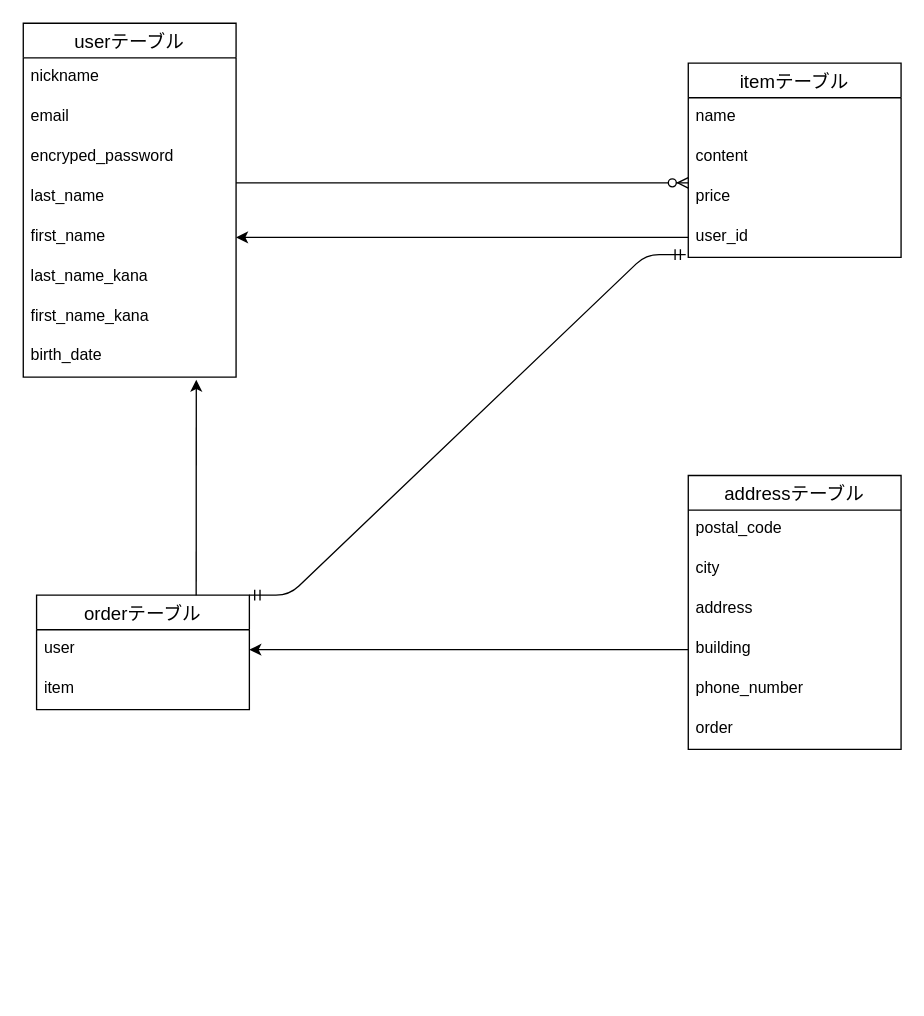
Before: page "ページ1" (1 of 2) of test.dio in naoya0810/furima-42531, a draw.io diagram. Source tidied: cells renumbered, new cells numbered last; positions are measured from the earlier drawing's top-left corner, leaving out a move shared by most shapes. Both pictures are drawn from the tidied source at 133%, with x=0, y=0 at pixel (23, 23).
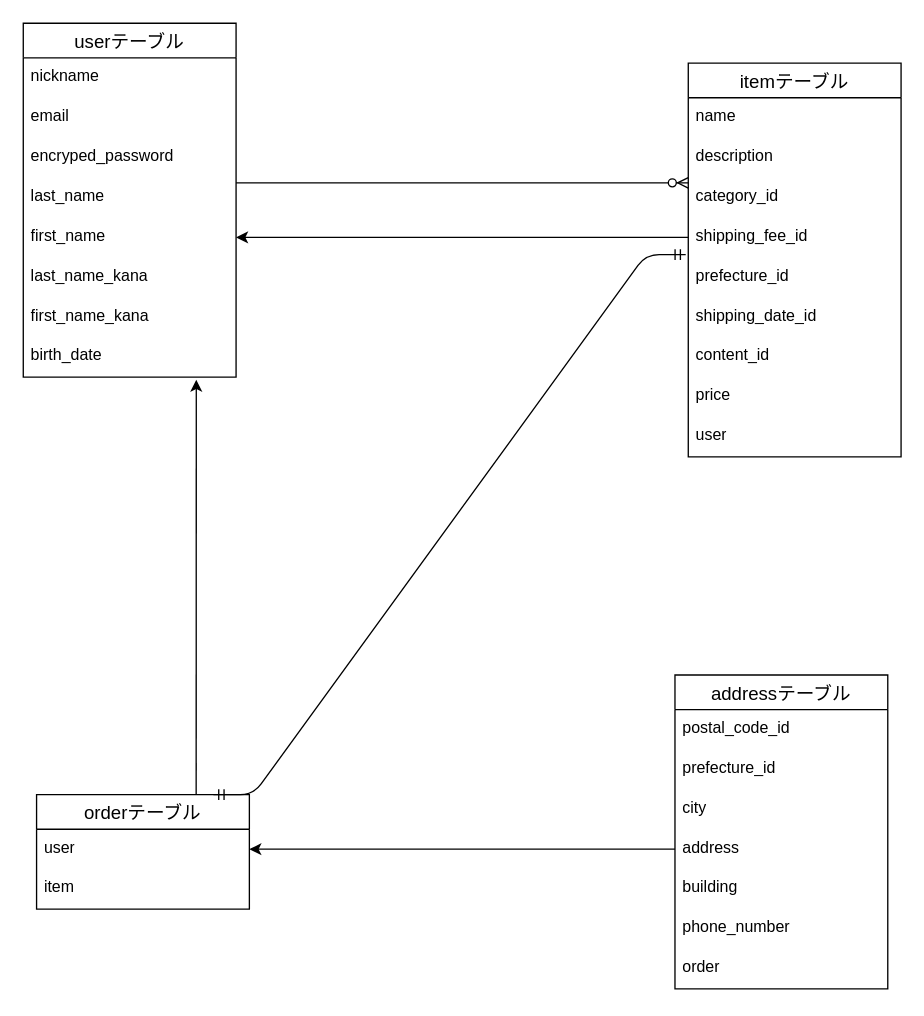
After the change.

Diff of the diagram source:
```diff
@@
     <mxCell id="11" value="itemテーブル" style="swimlane;fontStyle=0;horizontal=1;startSize=26;align=center;fontSize=14;" parent="1" vertex="1">
-      <mxGeometry x="500" y="30" width="160" height="146" as="geometry" />
+      <mxGeometry x="500" y="30" width="160" height="296" as="geometry" />
     </mxCell>
@@
-    <mxCell id="13" value="content" style="text;strokeColor=none;fillColor=none;spacingLeft=4;spacingRight=4;overflow=hidden;fontSize=12;whiteSpace=wrap;html=1;" parent="11" vertex="1">
+    <mxCell id="13" value="description" style="text;strokeColor=none;fillColor=none;spacingLeft=4;spacingRight=4;overflow=hidden;fontSize=12;whiteSpace=wrap;html=1;" parent="11" vertex="1">
       <mxGeometry y="56" width="160" height="30" as="geometry" />
     </mxCell>
-    <mxCell id="14" value="price" style="text;strokeColor=none;fillColor=none;spacingLeft=4;spacingRight=4;overflow=hidden;points=[[0,0.5],[1,0.5]];portConstraint=eastwest;fontSize=12;whiteSpace=wrap;html=1;" parent="11" vertex="1">
+    <mxCell id="14" value="category_id" style="text;strokeColor=none;fillColor=none;spacingLeft=4;spacingRight=4;overflow=hidden;points=[[0,0.5],[1,0.5]];portConstraint=eastwest;fontSize=12;whiteSpace=wrap;html=1;" parent="11" vertex="1">
       <mxGeometry y="86" width="160" height="30" as="geometry" />
     </mxCell>
-    <mxCell id="15" value="user_id" style="text;strokeColor=none;fillColor=none;spacingLeft=4;spacingRight=4;overflow=hidden;points=[[0,0.5],[1,0.5]];portConstraint=eastwest;fontSize=12;whiteSpace=wrap;html=1;" parent="11" vertex="1">
+    <mxCell id="15" value="shipping_fee_id" style="text;strokeColor=none;fillColor=none;spacingLeft=4;spacingRight=4;overflow=hidden;points=[[0,0.5],[1,0.5]];portConstraint=eastwest;fontSize=12;whiteSpace=wrap;html=1;" parent="11" vertex="1">
       <mxGeometry y="116" width="160" height="30" as="geometry" />
     </mxCell>
+    <mxCell id="31" value="prefecture_id" style="text;strokeColor=none;fillColor=none;spacingLeft=4;spacingRight=4;overflow=hidden;fontSize=12;whiteSpace=wrap;html=1;" parent="11" vertex="1">
+      <mxGeometry y="146" width="160" height="30" as="geometry" />
+    </mxCell>
+    <mxCell id="32" value="shipping_date_id" style="text;strokeColor=none;fillColor=none;spacingLeft=4;spacingRight=4;overflow=hidden;fontSize=12;whiteSpace=wrap;html=1;" parent="11" vertex="1">
+      <mxGeometry y="176" width="160" height="30" as="geometry" />
+    </mxCell>
+    <mxCell id="33" value="content_id" style="text;strokeColor=none;fillColor=none;spacingLeft=4;spacingRight=4;overflow=hidden;fontSize=12;whiteSpace=wrap;html=1;" parent="11" vertex="1">
+      <mxGeometry y="206" width="160" height="30" as="geometry" />
+    </mxCell>
+    <mxCell id="34" value="price" style="text;strokeColor=none;fillColor=none;spacingLeft=4;spacingRight=4;overflow=hidden;fontSize=12;whiteSpace=wrap;html=1;" parent="11" vertex="1">
+      <mxGeometry y="236" width="160" height="30" as="geometry" />
+    </mxCell>
+    <mxCell id="35" value="user" style="text;strokeColor=none;fillColor=none;spacingLeft=4;spacingRight=4;overflow=hidden;fontSize=12;whiteSpace=wrap;html=1;" parent="11" vertex="1">
+      <mxGeometry y="266" width="160" height="30" as="geometry" />
+    </mxCell>
     <mxCell id="16" value="orderテーブル" style="swimlane;fontStyle=0;horizontal=1;startSize=26;align=center;fontSize=14;" parent="1" vertex="1">
-      <mxGeometry x="10" y="430" width="160" height="86" as="geometry" />
+      <mxGeometry x="10" y="580" width="160" height="86" as="geometry" />
     </mxCell>
@@
     <mxCell id="19" value="addressテーブル" style="swimlane;fontStyle=0;horizontal=1;startSize=26;align=center;fontSize=14;" parent="1" vertex="1">
-      <mxGeometry x="500" y="340" width="160" height="206" as="geometry" />
+      <mxGeometry x="490" y="490" width="160" height="236" as="geometry" />
     </mxCell>
-    <mxCell id="20" value="postal_code" style="text;strokeColor=none;fillColor=none;spacingLeft=4;spacingRight=4;overflow=hidden;fontSize=12;whiteSpace=wrap;html=1;" parent="19" vertex="1">
+    <mxCell id="20" value="postal_code_id" style="text;strokeColor=none;fillColor=none;spacingLeft=4;spacingRight=4;overflow=hidden;fontSize=12;whiteSpace=wrap;html=1;" parent="19" vertex="1">
       <mxGeometry y="26" width="160" height="30" as="geometry" />
     </mxCell>
-    <mxCell id="21" value="city" style="text;strokeColor=none;fillColor=none;spacingLeft=4;spacingRight=4;overflow=hidden;fontSize=12;whiteSpace=wrap;html=1;" parent="19" vertex="1">
+    <mxCell id="21" value="prefecture_id" style="text;strokeColor=none;fillColor=none;spacingLeft=4;spacingRight=4;overflow=hidden;fontSize=12;whiteSpace=wrap;html=1;" parent="19" vertex="1">
       <mxGeometry y="56" width="160" height="30" as="geometry" />
     </mxCell>
-    <mxCell id="22" value="address" style="text;strokeColor=none;fillColor=none;spacingLeft=4;spacingRight=4;overflow=hidden;fontSize=12;whiteSpace=wrap;html=1;" parent="19" vertex="1">
+    <mxCell id="22" value="city" style="text;strokeColor=none;fillColor=none;spacingLeft=4;spacingRight=4;overflow=hidden;fontSize=12;whiteSpace=wrap;html=1;" parent="19" vertex="1">
       <mxGeometry y="86" width="160" height="30" as="geometry" />
     </mxCell>
-    <mxCell id="23" value="building" style="text;strokeColor=none;fillColor=none;spacingLeft=4;spacingRight=4;overflow=hidden;points=[[0,0.5],[1,0.5]];portConstraint=eastwest;fontSize=12;whiteSpace=wrap;html=1;" parent="19" vertex="1">
+    <mxCell id="23" value="address" style="text;strokeColor=none;fillColor=none;spacingLeft=4;spacingRight=4;overflow=hidden;points=[[0,0.5],[1,0.5]];portConstraint=eastwest;fontSize=12;whiteSpace=wrap;html=1;" parent="19" vertex="1">
       <mxGeometry y="116" width="160" height="30" as="geometry" />
     </mxCell>
-    <mxCell id="24" value="phone_number" style="text;strokeColor=none;fillColor=none;spacingLeft=4;spacingRight=4;overflow=hidden;fontSize=12;whiteSpace=wrap;html=1;" parent="19" vertex="1">
+    <mxCell id="24" value="building" style="text;strokeColor=none;fillColor=none;spacingLeft=4;spacingRight=4;overflow=hidden;fontSize=12;whiteSpace=wrap;html=1;" parent="19" vertex="1">
       <mxGeometry y="146" width="160" height="30" as="geometry" />
     </mxCell>
-    <mxCell id="25" value="order" style="text;strokeColor=none;fillColor=none;spacingLeft=4;spacingRight=4;overflow=hidden;fontSize=12;whiteSpace=wrap;html=1;" parent="19" vertex="1">
+    <mxCell id="25" value="phone_number" style="text;strokeColor=none;fillColor=none;spacingLeft=4;spacingRight=4;overflow=hidden;fontSize=12;whiteSpace=wrap;html=1;" parent="19" vertex="1">
       <mxGeometry y="176" width="160" height="30" as="geometry" />
     </mxCell>
+    <mxCell id="36" value="order" style="text;strokeColor=none;fillColor=none;spacingLeft=4;spacingRight=4;overflow=hidden;fontSize=12;whiteSpace=wrap;html=1;" parent="19" vertex="1">
+      <mxGeometry y="206" width="160" height="30" as="geometry" />
+    </mxCell>
@@
-    <mxCell id="28" style="edgeStyle=entityRelationEdgeStyle;fontSize=12;html=1;endArrow=ERmandOne;startArrow=ERmandOne;entryX=-0.012;entryY=0.933;entryDx=0;entryDy=0;entryPerimeter=0;" parent="1" edge="1" target="15">
-      <mxGeometry relative="1" as="geometry">
-        <mxPoint x="170" y="430" as="sourcePoint" />
-      </mxGeometry>
+    <mxCell id="28" style="edgeStyle=entityRelationEdgeStyle;fontSize=12;html=1;endArrow=ERmandOne;startArrow=ERmandOne;entryX=-0.012;entryY=0.933;entryDx=0;entryDy=0;entryPerimeter=0;exitX=0.831;exitY=0;exitDx=0;exitDy=0;exitPerimeter=0;" parent="1" edge="1" source="16" target="15">
+      <mxGeometry relative="1" as="geometry" />
     </mxCell>
```
